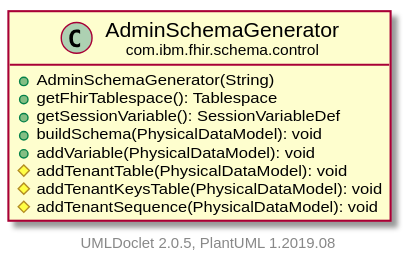
Before: javadocs/latest/com/ibm/fhir/schema/control/AdminSchemaGenerator.svg, a diagram exported from PlantUML (tumblewind/FHIR). Source of this version:
```plantuml
@startuml
    set namespaceSeparator none
    hide empty fields
    hide empty methods

    class "<size:14>AdminSchemaGenerator\n<size:10>com.ibm.fhir.schema.control" as com.ibm.fhir.schema.control.AdminSchemaGenerator [[AdminSchemaGenerator.html]] {
        +AdminSchemaGenerator(String)
        +getFhirTablespace(): Tablespace
        +getSessionVariable(): SessionVariableDef
        +buildSchema(PhysicalDataModel): void
        +addVariable(PhysicalDataModel): void
        #addTenantTable(PhysicalDataModel): void
        #addTenantKeysTable(PhysicalDataModel): void
        #addTenantSequence(PhysicalDataModel): void
    }

    center footer UMLDoclet 2.0.5, PlantUML 1.2019.08
@enduml
```
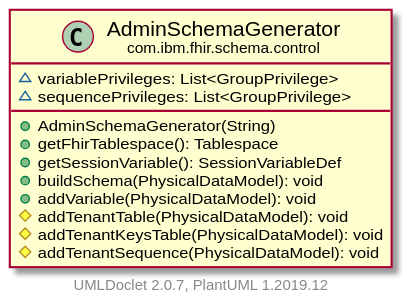
Above is the later version.

Change to the diagram source:
```diff
@@ -4,6 +4,8 @@
     hide empty methods
 
     class "<size:14>AdminSchemaGenerator\n<size:10>com.ibm.fhir.schema.control" as com.ibm.fhir.schema.control.AdminSchemaGenerator [[AdminSchemaGenerator.html]] {
+        ~variablePrivileges: List<GroupPrivilege>
+        ~sequencePrivileges: List<GroupPrivilege>
         +AdminSchemaGenerator(String)
         +getFhirTablespace(): Tablespace
         +getSessionVariable(): SessionVariableDef
@@ -14,5 +16,5 @@
         #addTenantSequence(PhysicalDataModel): void
     }
 
-    center footer UMLDoclet 2.0.5, PlantUML 1.2019.08
+    center footer UMLDoclet 2.0.7, PlantUML 1.2019.12
 @enduml
```
